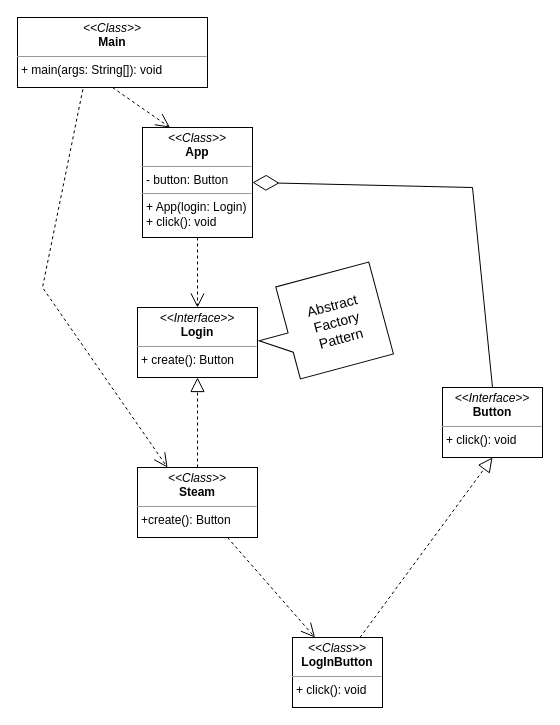
The draw.io diagram src/main/java/patterns/abstractFactory/abstrfct.drawio in ransuum/RepetitionMaterial, before the edit. Source tidied: cells renumbered, new cells numbered last; positions are measured from the earlier drawing's top-left corner, leaving out a move shared by most shapes. Both pictures are drawn from the tidied source at 100%, with x=0, y=0 at pixel (17, 17).
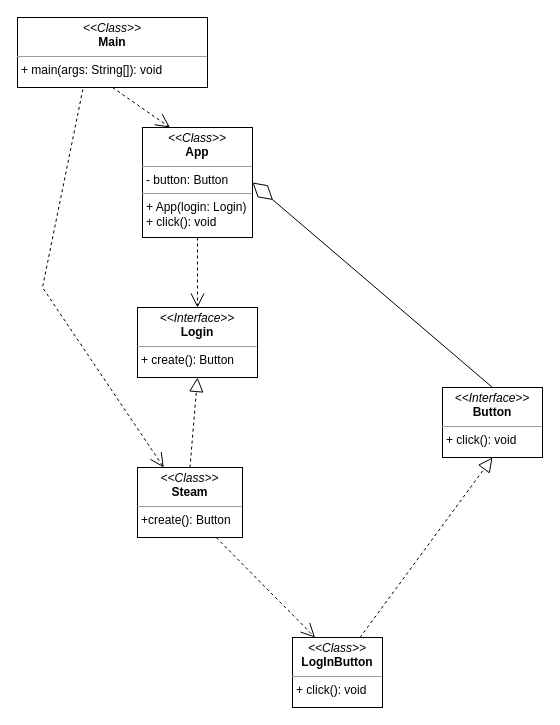
The same diagram, later.

The edit, as a diff of the source:
```diff
@@
 <mxGraphModel>
   <root>
     <mxCell id="0" />
     <mxCell id="1" parent="0" />
     <mxCell id="2" value="&lt;p style=&quot;margin:0px;margin-top:4px;text-align:center;&quot;&gt;&lt;i&gt;&amp;lt;&amp;lt;Interface&amp;gt;&amp;gt;&lt;/i&gt;&lt;br&gt;&lt;b&gt;Button&lt;/b&gt;&lt;/p&gt;&lt;hr size=&quot;1&quot;&gt;&lt;p style=&quot;margin:0px;margin-left:4px;&quot;&gt;+ click(): void&lt;br&gt;&lt;/p&gt;" style="verticalAlign=top;align=left;overflow=fill;fontSize=12;fontFamily=Helvetica;html=1;rounded=0;shadow=0;comic=0;labelBackgroundColor=none;strokeWidth=1;" parent="1" vertex="1">
       <mxGeometry x="425" y="370" width="100" height="70" as="geometry" />
     </mxCell>
     <mxCell id="3" value="&lt;p style=&quot;margin:0px;margin-top:4px;text-align:center;&quot;&gt;&lt;i&gt;&amp;lt;&amp;lt;Class&amp;gt;&amp;gt;&lt;/i&gt;&lt;br&gt;&lt;b&gt;Main&lt;/b&gt;&lt;/p&gt;&lt;hr size=&quot;1&quot;&gt;&lt;p style=&quot;margin:0px;margin-left:4px;&quot;&gt;+ main(args: String[]): void&lt;/p&gt;" style="verticalAlign=top;align=left;overflow=fill;fontSize=12;fontFamily=Helvetica;html=1;rounded=0;shadow=0;comic=0;labelBackgroundColor=none;strokeWidth=1;" parent="1" vertex="1">
       <mxGeometry width="190" height="70" as="geometry" />
     </mxCell>
     <mxCell id="4" value="&lt;p style=&quot;margin:0px;margin-top:4px;text-align:center;&quot;&gt;&lt;i&gt;&amp;lt;&amp;lt;Interface&amp;gt;&amp;gt;&lt;/i&gt;&lt;br&gt;&lt;b&gt;Login&lt;/b&gt;&lt;/p&gt;&lt;hr size=&quot;1&quot;&gt;&lt;p style=&quot;margin:0px;margin-left:4px;&quot;&gt;+ create(): Button&lt;br&gt;&lt;/p&gt;" style="verticalAlign=top;align=left;overflow=fill;fontSize=12;fontFamily=Helvetica;html=1;rounded=0;shadow=0;comic=0;labelBackgroundColor=none;strokeWidth=1;" parent="1" vertex="1">
       <mxGeometry x="120" y="290" width="120" height="70" as="geometry" />
     </mxCell>
-    <mxCell id="5" style="shape=callout;whiteSpace=wrap;html=1;perimeter=calloutPerimeter;rotation=75;" parent="1" vertex="1">
-      <mxGeometry x="255" y="243.7" width="95.2" height="126.3" as="geometry" />
-    </mxCell>
-    <mxCell id="6" value="&lt;font style=&quot;font-size: 14px;&quot;&gt;Abstract Factory Pattern&lt;/font&gt;" style="text;html=1;align=center;verticalAlign=middle;whiteSpace=wrap;rounded=0;rotation=-15;" parent="1" vertex="1">
-      <mxGeometry x="286.5" y="284.9" width="65" height="40" as="geometry" />
-    </mxCell>
     <mxCell id="7" value="&lt;p style=&quot;margin:0px;margin-top:4px;text-align:center;&quot;&gt;&lt;i&gt;&amp;lt;&amp;lt;Class&amp;gt;&amp;gt;&lt;/i&gt;&lt;br&gt;&lt;b&gt;Steam&lt;/b&gt;&lt;/p&gt;&lt;hr size=&quot;1&quot;&gt;&lt;p style=&quot;margin:0px;margin-left:4px;&quot;&gt;+create(): Button&lt;br&gt;&lt;/p&gt;" style="verticalAlign=top;align=left;overflow=fill;fontSize=12;fontFamily=Helvetica;html=1;rounded=0;shadow=0;comic=0;labelBackgroundColor=none;strokeWidth=1;" parent="1" vertex="1">
-      <mxGeometry x="120" y="450" width="120" height="70" as="geometry" />
+      <mxGeometry x="120" y="450" width="105" height="70" as="geometry" />
     </mxCell>
     <mxCell id="8" value="&lt;p style=&quot;margin:0px;margin-top:4px;text-align:center;&quot;&gt;&lt;i&gt;&amp;lt;&amp;lt;Class&amp;gt;&amp;gt;&lt;/i&gt;&lt;br&gt;&lt;b&gt;App&lt;/b&gt;&lt;br&gt;&lt;/p&gt;&lt;hr size=&quot;1&quot;&gt;&lt;p style=&quot;margin:0px;margin-left:4px;&quot;&gt;-&amp;nbsp;&lt;span style=&quot;background-color: initial;&quot;&gt;button: Button&lt;/span&gt;&lt;br&gt;&lt;/p&gt;&lt;hr size=&quot;1&quot;&gt;&lt;p style=&quot;margin:0px;margin-left:4px;&quot;&gt;+ App(login: Login)&lt;/p&gt;&lt;p style=&quot;margin:0px;margin-left:4px;&quot;&gt;+ click(): void&lt;/p&gt;" style="verticalAlign=top;align=left;overflow=fill;fontSize=12;fontFamily=Helvetica;html=1;rounded=0;shadow=0;comic=0;labelBackgroundColor=none;strokeWidth=1;" parent="1" vertex="1">
       <mxGeometry x="125" y="110" width="110" height="110" as="geometry" />
     </mxCell>
     <mxCell id="9" value="&lt;p style=&quot;margin:0px;margin-top:4px;text-align:center;&quot;&gt;&lt;i&gt;&amp;lt;&amp;lt;Class&amp;gt;&amp;gt;&lt;/i&gt;&lt;br&gt;&lt;b&gt;LogInButton&lt;/b&gt;&lt;/p&gt;&lt;hr size=&quot;1&quot;&gt;&lt;p style=&quot;margin:0px;margin-left:4px;&quot;&gt;+ click(): void&lt;br&gt;&lt;/p&gt;" style="verticalAlign=top;align=left;overflow=fill;fontSize=12;fontFamily=Helvetica;html=1;rounded=0;shadow=0;comic=0;labelBackgroundColor=none;strokeWidth=1;" parent="1" vertex="1">
       <mxGeometry x="275" y="620" width="90" height="70" as="geometry" />
     </mxCell>
     <mxCell id="10" style="endArrow=diamondThin;endFill=0;endSize=24;html=1;rounded=0;entryX=1;entryY=0.5;entryDx=0;entryDy=0;exitX=0.5;exitY=0;exitDx=0;exitDy=0;" parent="1" edge="1" source="2" target="8">
-      <mxGeometry relative="1" as="geometry">
-        <Array as="points">
-          <mxPoint x="455" y="170" />
-        </Array>
-      </mxGeometry>
+      <mxGeometry relative="1" as="geometry" />
     </mxCell>
     <mxCell id="11" style="endArrow=open;endSize=12;dashed=1;html=1;rounded=0;exitX=0.344;exitY=1.026;exitDx=0;exitDy=0;exitPerimeter=0;entryX=0.25;entryY=0;entryDx=0;entryDy=0;" parent="1" edge="1" source="3" target="7">
       <mxGeometry x="0.05" y="-87" relative="1" as="geometry">
         <Array as="points">
           <mxPoint x="25" y="270" />
         </Array>
       </mxGeometry>
     </mxCell>
     <mxCell id="12" style="endArrow=open;endSize=12;dashed=1;html=1;rounded=0;exitX=0.5;exitY=1;exitDx=0;exitDy=0;entryX=0.25;entryY=0;entryDx=0;entryDy=0;" parent="1" edge="1" source="3" target="8">
       <mxGeometry relative="1" as="geometry" />
     </mxCell>
     <mxCell id="13" style="endArrow=open;endSize=12;dashed=1;html=1;rounded=0;exitX=0.5;exitY=1;exitDx=0;exitDy=0;entryX=0.5;entryY=0;entryDx=0;entryDy=0;" parent="1" edge="1" source="8" target="4">
       <mxGeometry x="0.43" y="75" relative="1" as="geometry" />
     </mxCell>
     <mxCell id="14" style="endArrow=block;dashed=1;endFill=0;endSize=12;html=1;rounded=0;entryX=0.5;entryY=1;entryDx=0;entryDy=0;exitX=0.5;exitY=0;exitDx=0;exitDy=0;" parent="1" edge="1" source="7" target="4">
       <mxGeometry relative="1" as="geometry" />
     </mxCell>
     <mxCell id="15" style="endArrow=block;dashed=1;endFill=0;endSize=12;html=1;rounded=0;entryX=0.5;entryY=1;entryDx=0;entryDy=0;exitX=0.75;exitY=0;exitDx=0;exitDy=0;" parent="1" edge="1" source="9" target="2">
       <mxGeometry relative="1" as="geometry" />
     </mxCell>
     <mxCell id="16" style="endArrow=open;endSize=12;dashed=1;html=1;rounded=0;exitX=0.75;exitY=1;exitDx=0;exitDy=0;entryX=0.25;entryY=0;entryDx=0;entryDy=0;" parent="1" edge="1" source="7" target="9">
       <mxGeometry x="0.43" y="75" relative="1" as="geometry" />
     </mxCell>
   </root>
 </mxGraphModel>
```
